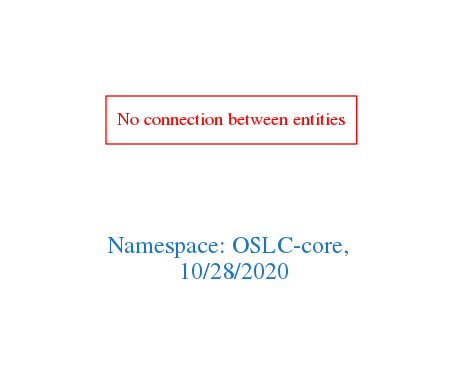
arago/OGIT keeps this Graphviz diagram as downloads/OSLC-core.png. Above is the earlier version. Its source is kept beside it as downloads/OSLC-core.dot.
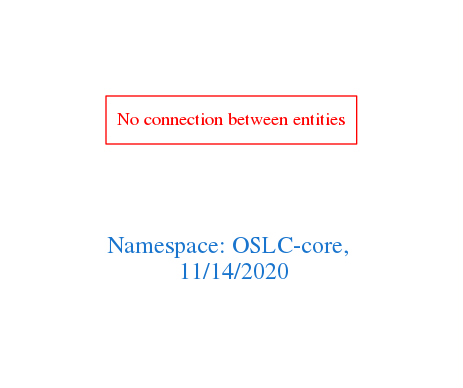
After the change.

Change to the diagram source:
```diff
@@ -1,7 +1,7 @@
 digraph OGIT_ontology {
  graph [ rankdir= LR,pad=1
 fontsize = 18,
-fontcolor= dodgerblue3,label = "\n\n\nNamespace: OSLC-core, \n 10/28/2020"];
+fontcolor= dodgerblue3,label = "\n\n\nNamespace: OSLC-core, \n 11/14/2020"];
 node[shape=polygon];
 edge [  color="gray81"];
 
```
